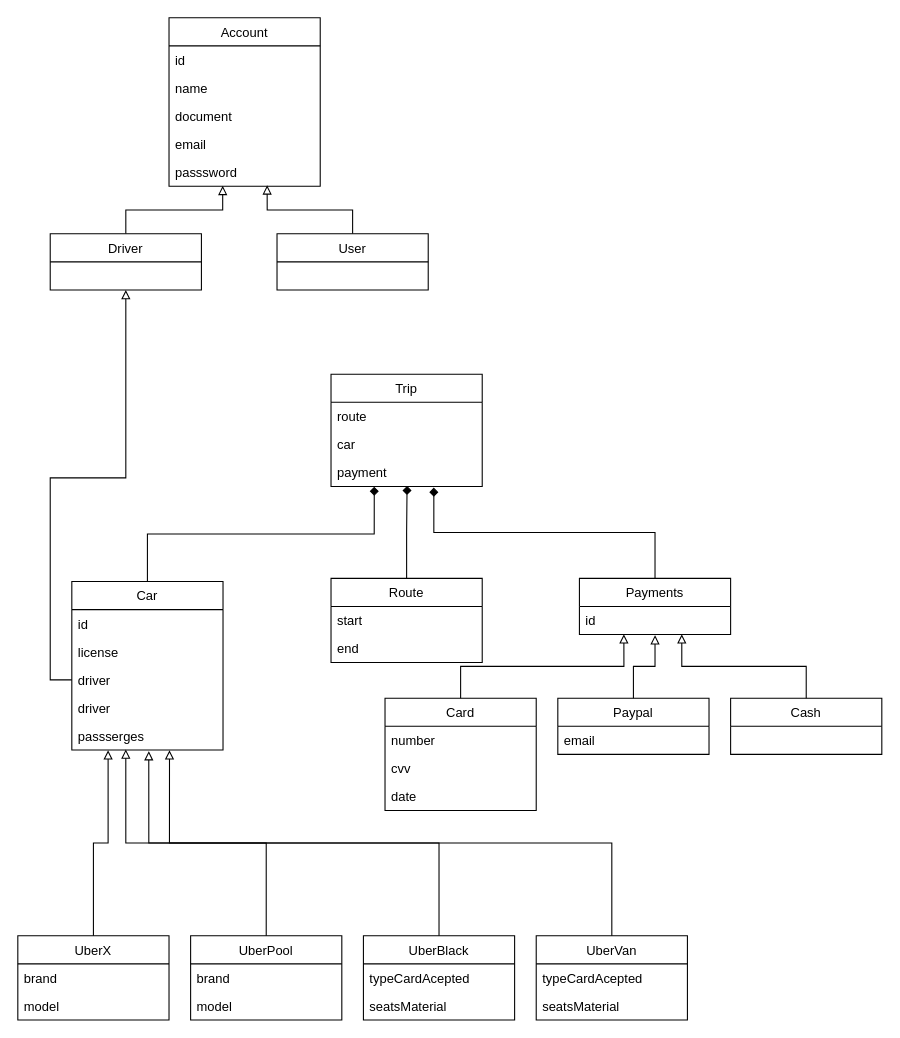
Above: Untitled Diagram.drawio in MasterJhonny/adm5 (draw.io), before the change. Source tidied: cells renumbered, new cells numbered last; positions are measured from the earlier drawing's top-left corner, leaving out a move shared by most shapes. Both pictures are drawn from the tidied source at 108%, with x=0, y=0 at pixel (17, 17).
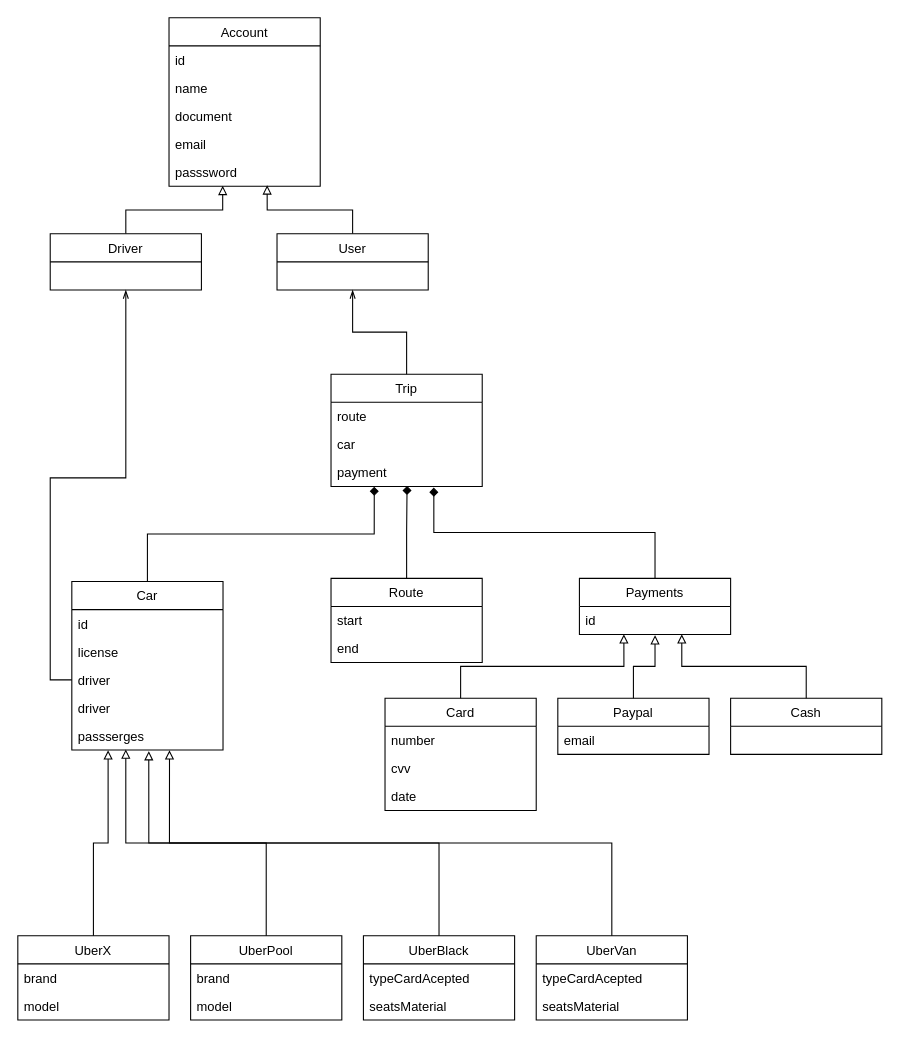
The same diagram, later.

The change refers to these unchanged cells:
```xml
<mxCell id="9" value="Driver" style="swimlane;fontStyle=0;horizontal=1;startSize=26;" parent="1" vertex="1">
  <mxGeometry x="30" y="200" width="140" height="52" as="geometry" />
</mxCell>
<mxCell id="11" value="User" style="swimlane;fontStyle=0;horizontal=1;startSize=26;" parent="1" vertex="1">
  <mxGeometry x="240" y="200" width="140" height="52" as="geometry" />
</mxCell>
<mxCell id="29" value="driver" style="text;strokeColor=none;fillColor=none;align=left;verticalAlign=top;spacingLeft=4;spacingRight=4;overflow=hidden;points=[[0,0.5],[1,0.5]];portConstraint=eastwest;" parent="26" vertex="1">
  <mxGeometry y="78" width="140" height="26" as="geometry" />
</mxCell>
<mxCell id="52" value="Trip" style="swimlane;fontStyle=0;horizontal=1;startSize=26;fillColor=none;" parent="1" vertex="1">
  <mxGeometry x="290" y="330" width="140" height="104" as="geometry" />
</mxCell>
```

Diff of the diagram source:
```diff
@@
+    <mxCell id="57" style="edgeStyle=orthogonalEdgeStyle;rounded=0;jettySize=auto;html=1;entryX=0.5;entryY=1;entryDx=0;entryDy=0;endArrow=openThin;endFill=0;" parent="1" edge="1" source="52" target="11">
+      <mxGeometry relative="1" as="geometry" />
+    </mxCell>
@@
-    <mxCell id="56" style="edgeStyle=orthogonalEdgeStyle;rounded=0;jettySize=auto;html=1;entryX=0.5;entryY=1;entryDx=0;entryDy=0;endArrow=block;endFill=0;" parent="1" edge="1" source="29" target="9">
+    <mxCell id="56" style="edgeStyle=orthogonalEdgeStyle;rounded=0;jettySize=auto;html=1;entryX=0.5;entryY=1;entryDx=0;entryDy=0;endArrow=openThin;endFill=0;" parent="1" edge="1" source="29" target="9">
       <mxGeometry relative="1" as="geometry" />
     </mxCell>
```
